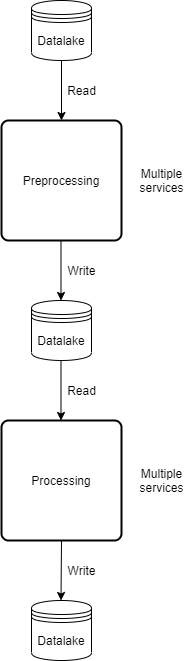
This is images/architecture/dag_theory.png from davidegavio/masters-degree-thesis, a draw.io export, as it was before one commit. Source tidied: cells renumbered, new cells last; positions are measured from the earlier drawing's top-left corner, leaving out a move shared by most shapes.
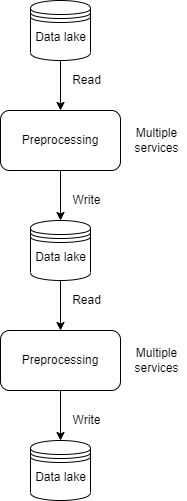
Above is the later version.

What changed in the source:
```diff
@@ -1,59 +1,60 @@
 <mxGraphModel>
   <root>
-    <mxCell id="0" />
-    <mxCell id="1" parent="0" />
-    <mxCell id="2" value="Preprocessing" style="rounded=1;whiteSpace=wrap;html=1;absoluteArcSize=1;arcSize=14;strokeWidth=2;" parent="1" vertex="1">
-      <mxGeometry y="120" width="120" height="120" as="geometry" />
-    </mxCell>
-    <mxCell id="3" value="Processing" style="rounded=1;whiteSpace=wrap;html=1;absoluteArcSize=1;arcSize=14;strokeWidth=2;" parent="1" vertex="1">
-      <mxGeometry y="420" width="120" height="120" as="geometry" />
-    </mxCell>
-    <mxCell id="4" value="Datalake" style="shape=datastore;whiteSpace=wrap;html=1;" parent="1" vertex="1">
-      <mxGeometry x="30" width="60" height="60" as="geometry" />
-    </mxCell>
-    <mxCell id="5" value="Datalake" style="shape=datastore;whiteSpace=wrap;html=1;" parent="1" vertex="1">
-      <mxGeometry x="30" y="600" width="60" height="60" as="geometry" />
-    </mxCell>
-    <mxCell id="6" value="Datalake" style="shape=datastore;whiteSpace=wrap;html=1;" parent="1" vertex="1">
-      <mxGeometry x="30" y="300" width="60" height="60" as="geometry" />
-    </mxCell>
-    <mxCell id="7" style="endArrow=classic;html=1;startSize=0;endSize=6;strokeWidth=1;exitX=0.5;exitY=1;exitDx=0;exitDy=0;entryX=0.5;entryY=0;entryDx=0;entryDy=0;" parent="1" edge="1" source="4" target="2">
-      <mxGeometry relative="1" as="geometry" />
-    </mxCell>
-    <mxCell id="8" style="endArrow=classic;html=1;startSize=0;endSize=6;strokeWidth=1;exitX=0.5;exitY=1;exitDx=0;exitDy=0;entryX=0.5;entryY=0;entryDx=0;entryDy=0;" parent="1" edge="1">
-      <mxGeometry relative="1" as="geometry">
-        <mxPoint x="59.5" y="240" as="sourcePoint" />
-        <mxPoint x="59.5" y="300" as="targetPoint" />
-      </mxGeometry>
-    </mxCell>
-    <mxCell id="9" style="endArrow=classic;html=1;startSize=0;endSize=6;strokeWidth=1;exitX=0.5;exitY=1;exitDx=0;exitDy=0;entryX=0.5;entryY=0;entryDx=0;entryDy=0;" parent="1" edge="1">
-      <mxGeometry relative="1" as="geometry">
-        <mxPoint x="59.5" y="360" as="sourcePoint" />
-        <mxPoint x="59.5" y="420" as="targetPoint" />
-      </mxGeometry>
-    </mxCell>
-    <mxCell id="10" style="endArrow=classic;html=1;startSize=0;endSize=6;strokeWidth=1;exitX=0.5;exitY=1;exitDx=0;exitDy=0;entryX=0.5;entryY=0;entryDx=0;entryDy=0;" parent="1" edge="1" source="3">
-      <mxGeometry relative="1" as="geometry">
-        <mxPoint x="59.5" y="600" as="targetPoint" />
-      </mxGeometry>
-    </mxCell>
-    <mxCell id="11" value="Multiple&lt;br&gt;services" style="text;html=1;align=center;verticalAlign=middle;strokeColor=none;" parent="1" vertex="1">
-      <mxGeometry x="130" y="165" width="60" height="30" as="geometry" />
-    </mxCell>
-    <mxCell id="12" value="Multiple&lt;br&gt;services" style="text;html=1;align=center;verticalAlign=middle;strokeColor=none;" parent="1" vertex="1">
-      <mxGeometry x="130" y="465" width="60" height="30" as="geometry" />
-    </mxCell>
-    <mxCell id="13" value="Read" style="text;html=1;align=center;verticalAlign=middle;strokeColor=none;" parent="1" vertex="1">
-      <mxGeometry x="60" y="80" width="40" height="20" as="geometry" />
-    </mxCell>
-    <mxCell id="14" value="Write" style="text;html=1;align=center;verticalAlign=middle;strokeColor=none;" parent="1" vertex="1">
-      <mxGeometry x="60" y="560" width="40" height="20" as="geometry" />
-    </mxCell>
-    <mxCell id="15" value="Read" style="text;html=1;align=center;verticalAlign=middle;strokeColor=none;" parent="1" vertex="1">
-      <mxGeometry x="60" y="380" width="40" height="20" as="geometry" />
-    </mxCell>
-    <mxCell id="16" value="Write" style="text;html=1;align=center;verticalAlign=middle;strokeColor=none;" parent="1" vertex="1">
-      <mxGeometry x="60" y="260" width="40" height="20" as="geometry" />
-    </mxCell>
+    <mxCell id="17" />
+    <mxCell id="18" parent="17" />
+    <mxCell id="19" style="edgeStyle=orthogonalEdgeStyle;rounded=0;jettySize=auto;html=1;exitX=0.5;exitY=1;exitDx=0;exitDy=0;entryX=0.5;entryY=0;entryDx=0;entryDy=0;" parent="18" edge="1" source="20" target="28">
+      <mxGeometry relative="1" as="geometry" />
+    </mxCell>
+    <mxCell id="20" style="shape=datastore;whiteSpace=wrap;html=1;" parent="18" vertex="1">
+      <mxGeometry x="64" y="40" width="60" height="60" as="geometry" />
+    </mxCell>
+    <mxCell id="21" value="Data lake" style="text;html=1;align=center;verticalAlign=middle;strokeColor=none;fillColor=none;" parent="18" vertex="1">
+      <mxGeometry x="59" y="67" width="70" height="20" as="geometry" />
+    </mxCell>
+    <mxCell id="22" style="shape=datastore;whiteSpace=wrap;html=1;" parent="18" vertex="1">
+      <mxGeometry x="64" y="480" width="60" height="60" as="geometry" />
+    </mxCell>
+    <mxCell id="23" value="Data lake" style="text;html=1;align=center;verticalAlign=middle;strokeColor=none;fillColor=none;" parent="18" vertex="1">
+      <mxGeometry x="59" y="507" width="70" height="20" as="geometry" />
+    </mxCell>
+    <mxCell id="24" style="edgeStyle=orthogonalEdgeStyle;rounded=0;jettySize=auto;html=1;exitX=0.5;exitY=1;exitDx=0;exitDy=0;entryX=0.5;entryY=0;entryDx=0;entryDy=0;" parent="18" edge="1" source="25" target="30">
+      <mxGeometry relative="1" as="geometry" />
+    </mxCell>
+    <mxCell id="25" style="shape=datastore;whiteSpace=wrap;html=1;" parent="18" vertex="1">
+      <mxGeometry x="64" y="260" width="60" height="60" as="geometry" />
+    </mxCell>
+    <mxCell id="26" value="Data lake" style="text;html=1;align=center;verticalAlign=middle;strokeColor=none;fillColor=none;" parent="18" vertex="1">
+      <mxGeometry x="59" y="287" width="70" height="20" as="geometry" />
+    </mxCell>
+    <mxCell id="27" style="edgeStyle=orthogonalEdgeStyle;rounded=0;jettySize=auto;html=1;exitX=0.5;exitY=1;exitDx=0;exitDy=0;entryX=0.5;entryY=0;entryDx=0;entryDy=0;" parent="18" edge="1" source="28" target="25">
+      <mxGeometry relative="1" as="geometry" />
+    </mxCell>
+    <mxCell id="28" value="Preprocessing" style="rounded=1;whiteSpace=wrap;html=1;" parent="18" vertex="1">
+      <mxGeometry x="34" y="150" width="120" height="60" as="geometry" />
+    </mxCell>
+    <mxCell id="29" style="edgeStyle=orthogonalEdgeStyle;rounded=0;jettySize=auto;html=1;exitX=0.5;exitY=1;exitDx=0;exitDy=0;entryX=0.5;entryY=0;entryDx=0;entryDy=0;" parent="18" edge="1" source="30" target="22">
+      <mxGeometry relative="1" as="geometry" />
+    </mxCell>
+    <mxCell id="30" value="Preprocessing" style="rounded=1;whiteSpace=wrap;html=1;" parent="18" vertex="1">
+      <mxGeometry x="34" y="370" width="120" height="60" as="geometry" />
+    </mxCell>
+    <mxCell id="31" value="Read" style="text;html=1;align=center;verticalAlign=middle;strokeColor=none;fillColor=none;" parent="18" vertex="1">
+      <mxGeometry x="100" y="110" width="40" height="20" as="geometry" />
+    </mxCell>
+    <mxCell id="32" value="Write" style="text;html=1;align=center;verticalAlign=middle;strokeColor=none;fillColor=none;" parent="18" vertex="1">
+      <mxGeometry x="100" y="230" width="40" height="20" as="geometry" />
+    </mxCell>
+    <mxCell id="33" value="Read" style="text;html=1;align=center;verticalAlign=middle;strokeColor=none;fillColor=none;" parent="18" vertex="1">
+      <mxGeometry x="100" y="330" width="40" height="20" as="geometry" />
+    </mxCell>
+    <mxCell id="34" value="Write" style="text;html=1;align=center;verticalAlign=middle;strokeColor=none;fillColor=none;" parent="18" vertex="1">
+      <mxGeometry x="100" y="450" width="40" height="20" as="geometry" />
+    </mxCell>
+    <mxCell id="35" value="Multiple&lt;br&gt;services" style="text;html=1;align=center;verticalAlign=middle;strokeColor=none;fillColor=none;" parent="18" vertex="1">
+      <mxGeometry x="160" y="165" width="60" height="30" as="geometry" />
+    </mxCell>
+    <mxCell id="36" value="Multiple&lt;br&gt;services" style="text;html=1;align=center;verticalAlign=middle;strokeColor=none;fillColor=none;" parent="18" vertex="1">
+      <mxGeometry x="160" y="385" width="60" height="30" as="geometry" />
+    </mxCell>
   </root>
 </mxGraphModel>
```
